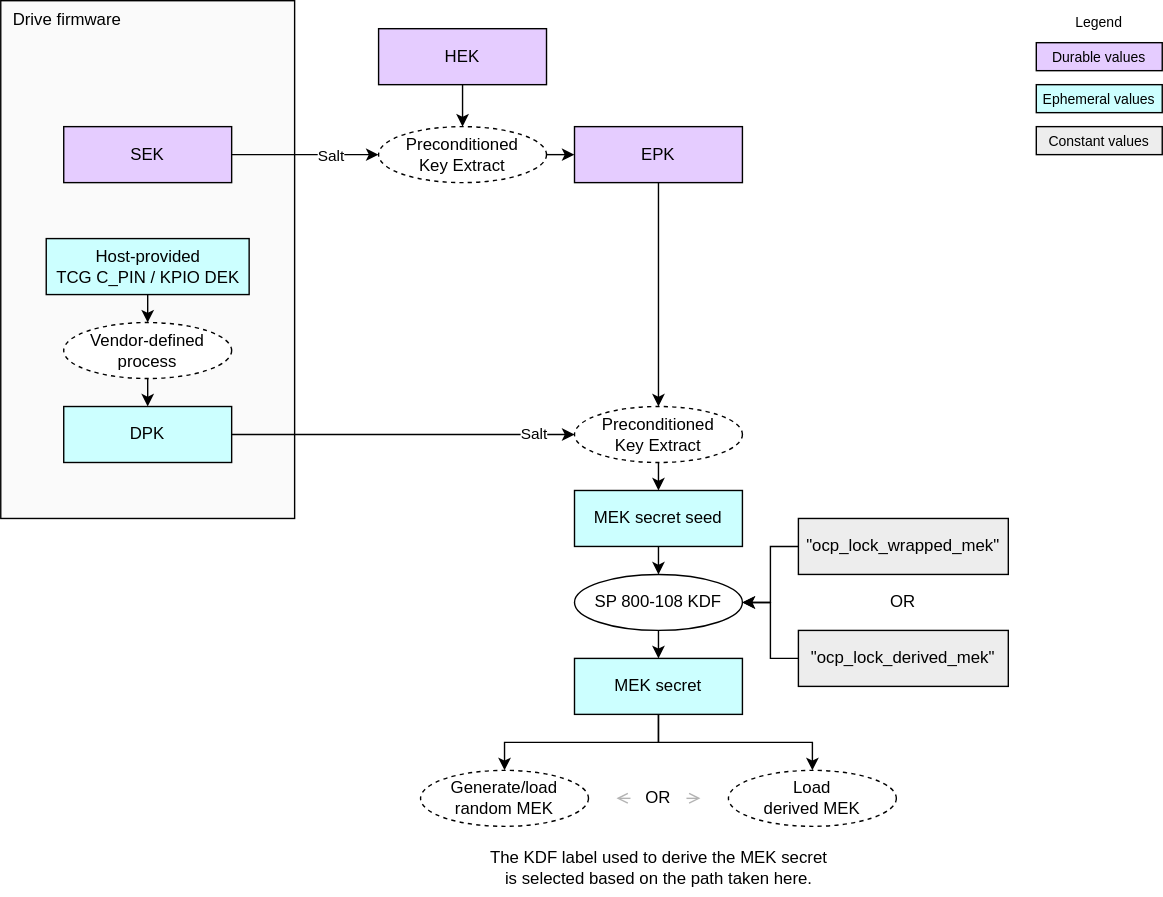
This is doc/ocp_lock/diagrams/mek_secret_derivation_no_mpks.drawio.svg from chipsalliance/Caliptra, a draw.io export, as it was before one commit. Source tidied: cells renumbered, new cells last; positions are measured from the earlier drawing's top-left corner, leaving out a move shared by most shapes.
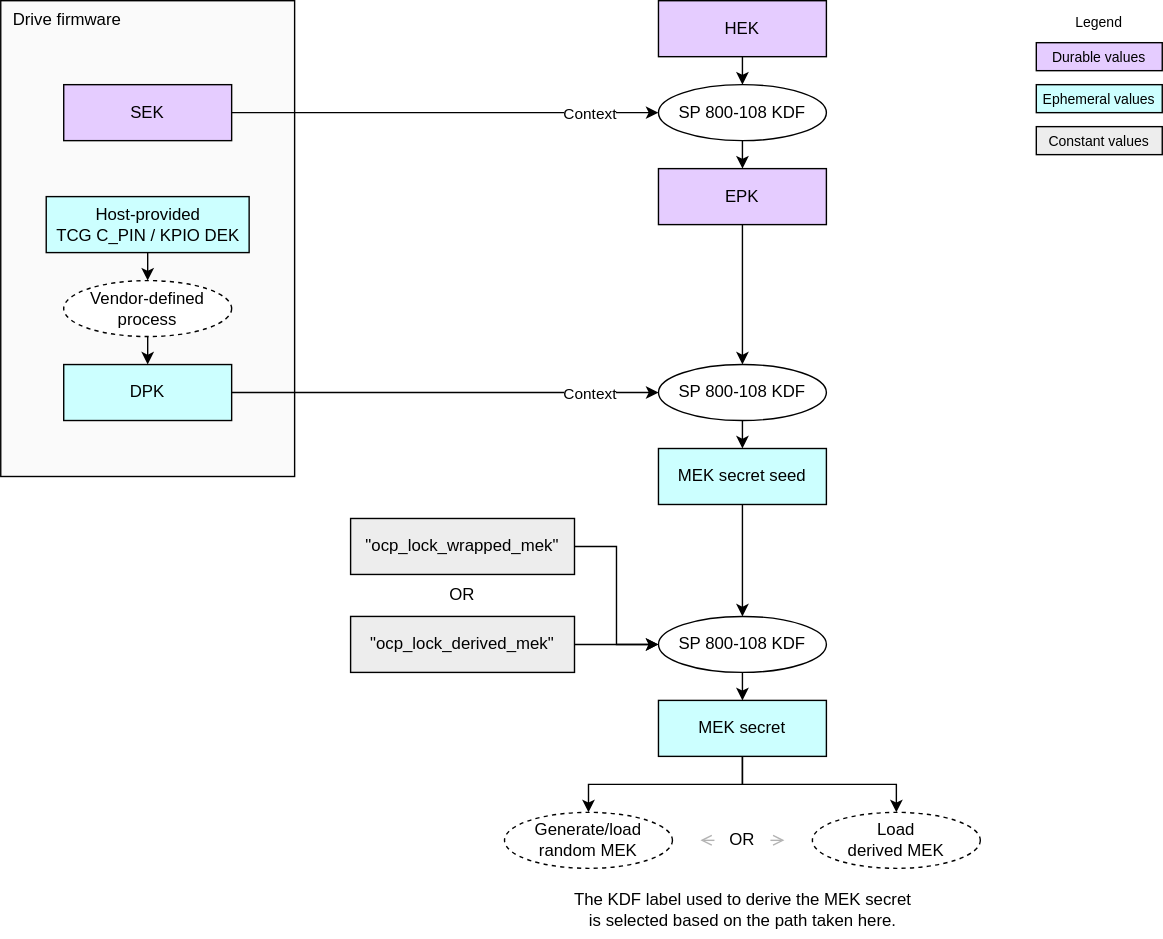
The same diagram one commit later.

Commit message:
Simplify LOCK to avoid use of preconditioned-key-extract. (#553)

The edit, as a diff of the source:
```diff
@@ -3,7 +3,7 @@
     <mxCell id="0" />
     <mxCell id="1" parent="0" />
     <mxCell id="2" value="Drive firmware" style="rounded=0;whiteSpace=wrap;html=1;fillColor=#FAFAFA;strokeColor=#000000;align=left;verticalAlign=top;spacingLeft=7;" parent="1" vertex="1">
-      <mxGeometry width="210" height="370" as="geometry" />
+      <mxGeometry width="210" height="340" as="geometry" />
     </mxCell>
     <mxCell id="3" value="&lt;div&gt;&lt;font color=&quot;#000000&quot;&gt;Durable values&lt;/font&gt;&lt;/div&gt;" style="rounded=0;whiteSpace=wrap;html=1;align=center;verticalAlign=middle;shadow=0;glass=0;spacingLeft=0;spacingBottom=0;spacingTop=0;fillColor=#E5CCFF;fontSize=10;" parent="1" vertex="1">
       <mxGeometry x="740" y="30" width="90" height="20" as="geometry" />
@@ -18,34 +18,34 @@
       <mxGeometry relative="1" as="geometry" />
     </mxCell>
     <mxCell id="7" value="&lt;div&gt;&lt;font color=&quot;#000000&quot;&gt;HEK&lt;/font&gt;&lt;/div&gt;" style="rounded=0;whiteSpace=wrap;html=1;align=center;verticalAlign=middle;shadow=0;glass=0;spacingLeft=0;spacingBottom=0;spacingTop=0;fillColor=#E5CCFF;" parent="1" vertex="1">
-      <mxGeometry x="270" y="20" width="120" height="40" as="geometry" />
+      <mxGeometry x="470" width="120" height="40" as="geometry" />
     </mxCell>
     <mxCell id="8" style="edgeStyle=none;html=1;exitX=1;exitY=0.5;exitDx=0;exitDy=0;entryX=0;entryY=0.5;entryDx=0;entryDy=0;" parent="1" edge="1" source="10" target="24">
       <mxGeometry relative="1" as="geometry" />
     </mxCell>
-    <mxCell id="9" value="Salt" style="edgeLabel;html=1;align=center;verticalAlign=middle;" parent="8" vertex="1">
+    <mxCell id="9" value="Context" style="edgeLabel;html=1;align=center;verticalAlign=middle;" parent="8" vertex="1">
       <mxGeometry x="0.63" y="1" relative="1" as="geometry">
-        <mxPoint x="15" as="offset" />
+        <mxPoint x="6" y="1" as="offset" />
       </mxGeometry>
     </mxCell>
     <mxCell id="10" value="&lt;div&gt;&lt;font color=&quot;#000000&quot;&gt;DPK&lt;/font&gt;&lt;/div&gt;" style="rounded=0;whiteSpace=wrap;html=1;align=center;verticalAlign=middle;shadow=0;glass=0;spacingLeft=0;spacingBottom=0;spacingTop=0;fillColor=#CCFFFF;" parent="1" vertex="1">
-      <mxGeometry x="45" y="290" width="120" height="40" as="geometry" />
+      <mxGeometry x="45" y="260" width="120" height="40" as="geometry" />
     </mxCell>
     <mxCell id="11" style="edgeStyle=orthogonalEdgeStyle;html=1;exitX=1;exitY=0.5;exitDx=0;exitDy=0;entryX=0;entryY=0.5;entryDx=0;entryDy=0;rounded=0;" parent="1" edge="1" source="13" target="20">
       <mxGeometry relative="1" as="geometry">
         <Array as="points">
-          <mxPoint x="200" y="110" />
-          <mxPoint x="200" y="110" />
+          <mxPoint x="180" y="80" />
+          <mxPoint x="180" y="80" />
         </Array>
       </mxGeometry>
     </mxCell>
-    <mxCell id="12" value="Salt" style="edgeLabel;html=1;align=center;verticalAlign=middle;" parent="11" vertex="1">
+    <mxCell id="12" value="Context" style="edgeLabel;html=1;align=center;verticalAlign=middle;" parent="11" vertex="1">
       <mxGeometry x="0.35" y="-3" relative="1" as="geometry">
-        <mxPoint x="-1" y="-3" as="offset" />
+        <mxPoint x="49" y="-3" as="offset" />
       </mxGeometry>
     </mxCell>
     <mxCell id="13" value="&lt;div&gt;&lt;font color=&quot;#000000&quot;&gt;SEK&lt;/font&gt;&lt;/div&gt;" style="rounded=0;whiteSpace=wrap;html=1;align=center;verticalAlign=middle;shadow=0;glass=0;spacingLeft=0;spacingBottom=0;spacingTop=0;fillColor=#E5CCFF;" parent="1" vertex="1">
-      <mxGeometry x="45" y="90" width="120" height="40" as="geometry" />
+      <mxGeometry x="45" y="60" width="120" height="40" as="geometry" />
     </mxCell>
     <mxCell id="14" value="&lt;div&gt;&lt;font color=&quot;#000000&quot;&gt;Constant values&lt;/font&gt;&lt;/div&gt;" style="rounded=0;whiteSpace=wrap;html=1;align=center;verticalAlign=middle;shadow=0;glass=0;spacingLeft=0;spacingBottom=0;spacingTop=0;fillColor=#EDEDED;fontSize=10;" parent="1" vertex="1">
       <mxGeometry x="740" y="90" width="90" height="20" as="geometry" />
@@ -54,89 +54,89 @@
       <mxGeometry relative="1" as="geometry" />
     </mxCell>
     <mxCell id="16" value="Vendor-defined process" style="ellipse;whiteSpace=wrap;html=1;fillColor=#FFFFFF;dashed=1;" parent="1" vertex="1">
-      <mxGeometry x="45" y="230" width="120" height="40" as="geometry" />
+      <mxGeometry x="45" y="200" width="120" height="40" as="geometry" />
     </mxCell>
     <mxCell id="17" style="edgeStyle=none;html=1;exitX=0.5;exitY=1;exitDx=0;exitDy=0;entryX=0.5;entryY=0;entryDx=0;entryDy=0;" parent="1" edge="1" source="18" target="16">
       <mxGeometry relative="1" as="geometry" />
     </mxCell>
     <mxCell id="18" value="&lt;div&gt;&lt;font color=&quot;#000000&quot;&gt;Host-provided&lt;/font&gt;&lt;/div&gt;&lt;div&gt;&lt;font color=&quot;#000000&quot;&gt;TCG C_PIN / KPIO DEK&lt;/font&gt;&lt;/div&gt;" style="rounded=0;whiteSpace=wrap;html=1;align=center;verticalAlign=middle;shadow=0;glass=0;spacingLeft=0;spacingBottom=0;spacingTop=0;fillColor=#CCFFFF;" parent="1" vertex="1">
-      <mxGeometry x="32.5" y="170" width="145" height="40" as="geometry" />
+      <mxGeometry x="32.5" y="140" width="145" height="40" as="geometry" />
     </mxCell>
-    <mxCell id="19" style="edgeStyle=none;html=1;exitX=1;exitY=0.5;exitDx=0;exitDy=0;entryX=0;entryY=0.5;entryDx=0;entryDy=0;" parent="1" edge="1" source="20" target="22">
+    <mxCell id="19" style="edgeStyle=none;html=1;exitX=0.5;exitY=1;exitDx=0;exitDy=0;entryX=0.5;entryY=0;entryDx=0;entryDy=0;" parent="1" edge="1" source="20" target="22">
       <mxGeometry relative="1" as="geometry" />
     </mxCell>
-    <mxCell id="20" value="&lt;span style=&quot;color: rgb(0, 0, 0);&quot;&gt;Preconditioned&lt;/span&gt;&lt;div&gt;Key Extract&lt;/div&gt;" style="ellipse;whiteSpace=wrap;html=1;fillColor=#FFFFFF;dashed=1;" parent="1" vertex="1">
-      <mxGeometry x="270" y="90" width="120" height="40" as="geometry" />
+    <mxCell id="20" value="SP 800-108 KDF" style="ellipse;whiteSpace=wrap;html=1;fillColor=#FFFFFF;" parent="1" vertex="1">
+      <mxGeometry x="470" y="60" width="120" height="40" as="geometry" />
     </mxCell>
     <mxCell id="21" style="edgeStyle=none;html=1;exitX=0.5;exitY=1;exitDx=0;exitDy=0;entryX=0.5;entryY=0;entryDx=0;entryDy=0;" parent="1" edge="1" source="22" target="24">
       <mxGeometry relative="1" as="geometry" />
     </mxCell>
     <mxCell id="22" value="&lt;div&gt;&lt;font color=&quot;#000000&quot;&gt;EPK&lt;/font&gt;&lt;/div&gt;" style="rounded=0;whiteSpace=wrap;html=1;align=center;verticalAlign=middle;shadow=0;glass=0;spacingLeft=0;spacingBottom=0;spacingTop=0;fillColor=#E5CCFF;" parent="1" vertex="1">
-      <mxGeometry x="410" y="90" width="120" height="40" as="geometry" />
+      <mxGeometry x="470" y="120" width="120" height="40" as="geometry" />
     </mxCell>
     <mxCell id="23" style="edgeStyle=none;html=1;exitX=0.5;exitY=1;exitDx=0;exitDy=0;entryX=0.5;entryY=0;entryDx=0;entryDy=0;" parent="1" edge="1" source="24" target="26">
       <mxGeometry relative="1" as="geometry" />
     </mxCell>
-    <mxCell id="24" value="&lt;span style=&quot;color: rgb(0, 0, 0);&quot;&gt;Preconditioned&lt;/span&gt;&lt;div&gt;Key Extract&lt;/div&gt;" style="ellipse;whiteSpace=wrap;html=1;fillColor=#FFFFFF;dashed=1;" parent="1" vertex="1">
-      <mxGeometry x="410" y="290" width="120" height="40" as="geometry" />
+    <mxCell id="24" value="SP 800-108 KDF" style="ellipse;whiteSpace=wrap;html=1;fillColor=#FFFFFF;" parent="1" vertex="1">
+      <mxGeometry x="470" y="260" width="120" height="40" as="geometry" />
     </mxCell>
     <mxCell id="25" style="edgeStyle=none;html=1;exitX=0.5;exitY=1;exitDx=0;exitDy=0;entryX=0.5;entryY=0;entryDx=0;entryDy=0;" parent="1" edge="1" source="26" target="28">
       <mxGeometry relative="1" as="geometry" />
     </mxCell>
     <mxCell id="26" value="&lt;div&gt;&lt;font color=&quot;#000000&quot;&gt;MEK secret seed&lt;/font&gt;&lt;/div&gt;" style="rounded=0;whiteSpace=wrap;html=1;align=center;verticalAlign=middle;shadow=0;glass=0;spacingLeft=0;spacingBottom=0;spacingTop=0;fillColor=#CCFFFF;" parent="1" vertex="1">
-      <mxGeometry x="410" y="350" width="120" height="40" as="geometry" />
+      <mxGeometry x="470" y="320" width="120" height="40" as="geometry" />
     </mxCell>
     <mxCell id="27" style="edgeStyle=orthogonalEdgeStyle;html=1;exitX=0.5;exitY=1;exitDx=0;exitDy=0;entryX=0.5;entryY=0;entryDx=0;entryDy=0;rounded=0;" parent="1" edge="1" source="28" target="34">
       <mxGeometry relative="1" as="geometry" />
     </mxCell>
     <mxCell id="28" value="SP 800-108 KDF" style="ellipse;whiteSpace=wrap;html=1;fillColor=#FFFFFF;" parent="1" vertex="1">
-      <mxGeometry x="410" y="410" width="120" height="40" as="geometry" />
+      <mxGeometry x="470" y="440" width="120" height="40" as="geometry" />
     </mxCell>
     <mxCell id="29" value="Load&lt;div&gt;derived MEK&lt;/div&gt;" style="ellipse;whiteSpace=wrap;html=1;fillColor=#FFFFFF;dashed=1;" parent="1" vertex="1">
-      <mxGeometry x="520" y="550" width="120" height="40" as="geometry" />
+      <mxGeometry x="580" y="580" width="120" height="40" as="geometry" />
     </mxCell>
     <mxCell id="30" style="edgeStyle=orthogonalEdgeStyle;endArrow=classic;html=1;rounded=0;endSize=6;startSize=6;exitX=0.5;exitY=1;exitDx=0;exitDy=0;entryX=0.5;entryY=0;entryDx=0;entryDy=0;" parent="1" edge="1" source="34" target="32">
       <mxGeometry relative="1" as="geometry" />
     </mxCell>
     <mxCell id="31" value="OR" style="text;strokeColor=none;align=center;fillColor=none;html=1;verticalAlign=middle;whiteSpace=wrap;rounded=0;" parent="1" vertex="1">
-      <mxGeometry x="450" y="555" width="40" height="30" as="geometry" />
+      <mxGeometry x="510" y="585" width="40" height="30" as="geometry" />
     </mxCell>
     <mxCell id="32" value="&lt;div&gt;Generate/load random MEK&lt;/div&gt;" style="ellipse;whiteSpace=wrap;html=1;fillColor=#FFFFFF;dashed=1;" parent="1" vertex="1">
-      <mxGeometry x="300" y="550" width="120" height="40" as="geometry" />
+      <mxGeometry x="360" y="580" width="120" height="40" as="geometry" />
     </mxCell>
     <mxCell id="33" style="edgeStyle=orthogonalEdgeStyle;endArrow=classic;html=1;rounded=0;endSize=6;startSize=6;entryX=0.5;entryY=0;entryDx=0;entryDy=0;exitX=0.5;exitY=1;exitDx=0;exitDy=0;" parent="1" edge="1" source="34" target="29">
       <mxGeometry relative="1" as="geometry" />
     </mxCell>
     <mxCell id="34" value="&lt;div&gt;&lt;font color=&quot;#000000&quot;&gt;MEK secret&lt;/font&gt;&lt;/div&gt;" style="rounded=0;whiteSpace=wrap;html=1;align=center;verticalAlign=middle;shadow=0;glass=0;spacingLeft=0;spacingBottom=0;spacingTop=0;fillColor=#CCFFFF;" parent="1" vertex="1">
-      <mxGeometry x="410" y="470" width="120" height="40" as="geometry" />
+      <mxGeometry x="470" y="500" width="120" height="40" as="geometry" />
     </mxCell>
     <mxCell id="35" style="endArrow=open;html=1;rounded=0;endSize=6;startSize=6;exitX=1;exitY=0.5;exitDx=0;exitDy=0;strokeColor=#B3B3B3;endFill=0;" parent="1" edge="1" source="31">
       <mxGeometry relative="1" as="geometry">
-        <mxPoint x="500" y="570" as="targetPoint" />
+        <mxPoint x="560" y="600" as="targetPoint" />
       </mxGeometry>
     </mxCell>
     <mxCell id="36" style="endArrow=open;html=1;rounded=0;endSize=6;startSize=6;exitX=0;exitY=0.5;exitDx=0;exitDy=0;strokeColor=#B3B3B3;endFill=0;" parent="1" edge="1" source="31">
       <mxGeometry relative="1" as="geometry">
-        <mxPoint x="440" y="570" as="targetPoint" />
+        <mxPoint x="500" y="600" as="targetPoint" />
       </mxGeometry>
     </mxCell>
+    <mxCell id="42" value="&lt;div&gt;&lt;span style=&quot;color: rgb(0, 0, 0);&quot;&gt;The KDF label used to derive the MEK&amp;nbsp;&lt;/span&gt;&lt;span style=&quot;background-color: transparent;&quot;&gt;secret is selected based on the path taken here.&lt;/span&gt;&lt;/div&gt;" style="text;strokeColor=none;align=center;fillColor=none;html=1;verticalAlign=middle;whiteSpace=wrap;rounded=0;" parent="1" vertex="1">
+      <mxGeometry x="403.8" y="630" width="252.5" height="40" as="geometry" />
+    </mxCell>
-    <mxCell id="37" style="edgeStyle=orthogonalEdgeStyle;html=1;exitX=0;exitY=0.5;exitDx=0;exitDy=0;entryX=1;entryY=0.5;entryDx=0;entryDy=0;rounded=0;" parent="1" edge="1" source="38" target="28">
+    <mxCell id="37" style="edgeStyle=orthogonalEdgeStyle;html=1;exitX=1;exitY=0.5;exitDx=0;exitDy=0;entryX=0;entryY=0.5;entryDx=0;entryDy=0;rounded=0;" parent="1" edge="1" source="38" target="28">
       <mxGeometry relative="1" as="geometry" />
     </mxCell>
     <mxCell id="38" value="&lt;div&gt;&lt;font color=&quot;#000000&quot;&gt;&quot;ocp_lock_wrapped_mek&quot;&lt;/font&gt;&lt;/div&gt;" style="rounded=0;whiteSpace=wrap;html=1;align=center;verticalAlign=middle;shadow=0;glass=0;spacingLeft=0;spacingBottom=0;spacingTop=0;fillColor=#EDEDED;" parent="1" vertex="1">
-      <mxGeometry x="570" y="370" width="150" height="40" as="geometry" />
+      <mxGeometry x="250" y="370" width="160" height="40" as="geometry" />
     </mxCell>
-    <mxCell id="39" style="edgeStyle=orthogonalEdgeStyle;html=1;exitX=0;exitY=0.5;exitDx=0;exitDy=0;entryX=1;entryY=0.5;entryDx=0;entryDy=0;rounded=0;" parent="1" edge="1" source="40" target="28">
+    <mxCell id="39" style="edgeStyle=none;html=1;exitX=1;exitY=0.5;exitDx=0;exitDy=0;entryX=0;entryY=0.5;entryDx=0;entryDy=0;" parent="1" edge="1" source="40" target="28">
       <mxGeometry relative="1" as="geometry" />
     </mxCell>
     <mxCell id="40" value="&lt;div&gt;&lt;font color=&quot;#000000&quot;&gt;&quot;ocp_lock_derived_mek&quot;&lt;/font&gt;&lt;/div&gt;" style="rounded=0;whiteSpace=wrap;html=1;align=center;verticalAlign=middle;shadow=0;glass=0;spacingLeft=0;spacingBottom=0;spacingTop=0;fillColor=#EDEDED;" parent="1" vertex="1">
-      <mxGeometry x="570" y="450" width="150" height="40" as="geometry" />
+      <mxGeometry x="250" y="440" width="160" height="40" as="geometry" />
     </mxCell>
     <mxCell id="41" value="OR" style="text;strokeColor=none;align=center;fillColor=none;html=1;verticalAlign=middle;whiteSpace=wrap;rounded=0;" parent="1" vertex="1">
-      <mxGeometry x="625" y="415" width="40" height="30" as="geometry" />
+      <mxGeometry x="250" y="410" width="160" height="30" as="geometry" />
     </mxCell>
-    <mxCell id="42" value="&lt;div&gt;&lt;span style=&quot;color: rgb(0, 0, 0);&quot;&gt;The KDF label used to derive the MEK&amp;nbsp;&lt;/span&gt;&lt;span style=&quot;background-color: transparent;&quot;&gt;secret is selected based on the path taken here.&lt;/span&gt;&lt;/div&gt;" style="text;strokeColor=none;align=center;fillColor=none;html=1;verticalAlign=middle;whiteSpace=wrap;rounded=0;" parent="1" vertex="1">
-      <mxGeometry x="343.8" y="600" width="252.5" height="40" as="geometry" />
-    </mxCell>
   </root>
 </mxGraphModel>
```
